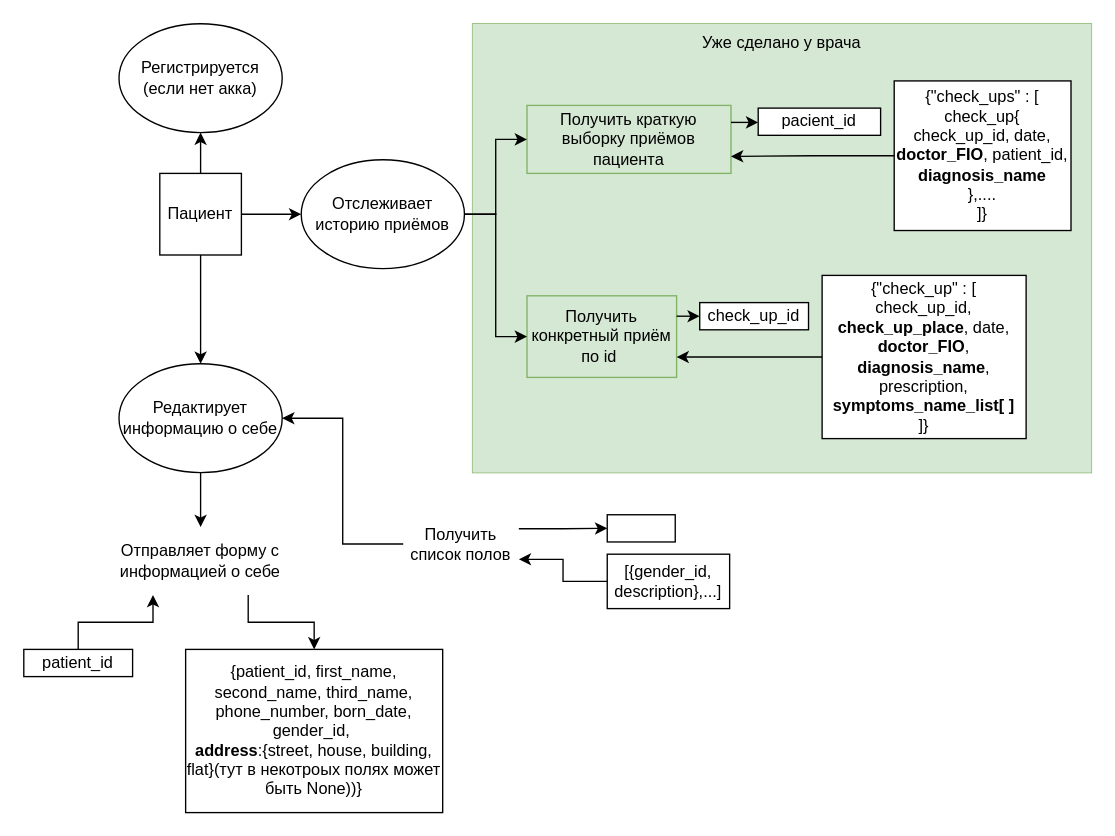
Rubelewaskes/Hospital keeps this draw.io diagram as page "Страница 3" (3 of 4) of Требования к проекту.drawio. Above is the earlier version. Source tidied: cells renumbered, new cells numbered last; positions are measured from the earlier drawing's top-left corner, leaving out a move shared by most shapes. Both pictures are drawn from the tidied source at 136%, with x=0, y=0 at pixel (23, 23).
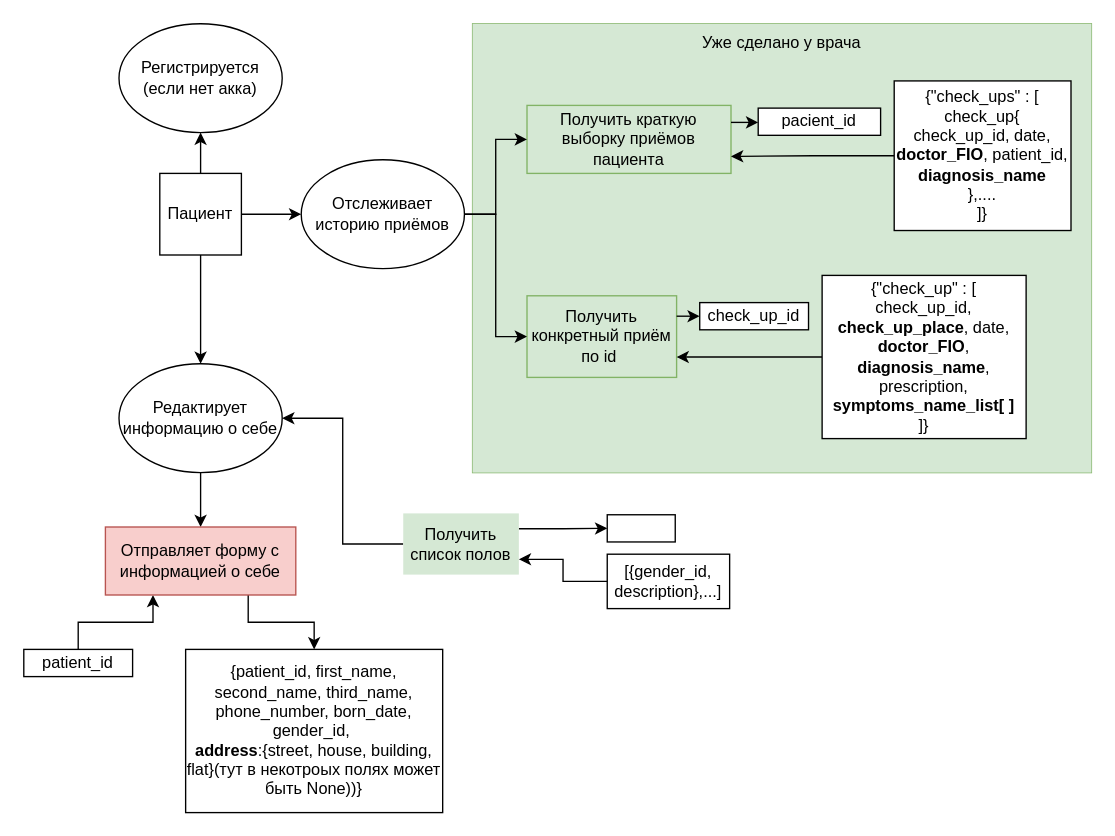
After the change.

Diff of the diagram source:
```diff
@@
-    <mxCell id="28" value="Отправляет форму с информацией о себе" style="text;html=1;strokeColor=none;fillColor=none;align=center;verticalAlign=middle;whiteSpace=wrap;rounded=0;" parent="1" vertex="1">
+    <mxCell id="28" value="Отправляет форму с информацией о себе" style="text;html=1;align=center;verticalAlign=middle;whiteSpace=wrap;rounded=0;fillColor=#f8cecc;strokeColor=#b85450;" parent="1" vertex="1">
       <mxGeometry x="60" y="370" width="140" height="50" as="geometry" />
     </mxCell>
@@
-    <mxCell id="31" value="Получить список полов" style="text;html=1;strokeColor=none;fillColor=none;align=center;verticalAlign=middle;whiteSpace=wrap;rounded=0;" parent="1" vertex="1">
+    <mxCell id="31" value="Получить список полов" style="text;html=1;strokeColor=none;fillColor=#d5e8d4;align=center;verticalAlign=middle;whiteSpace=wrap;rounded=0;" parent="1" vertex="1">
       <mxGeometry x="279" y="360" width="85" height="45" as="geometry" />
     </mxCell>
```
